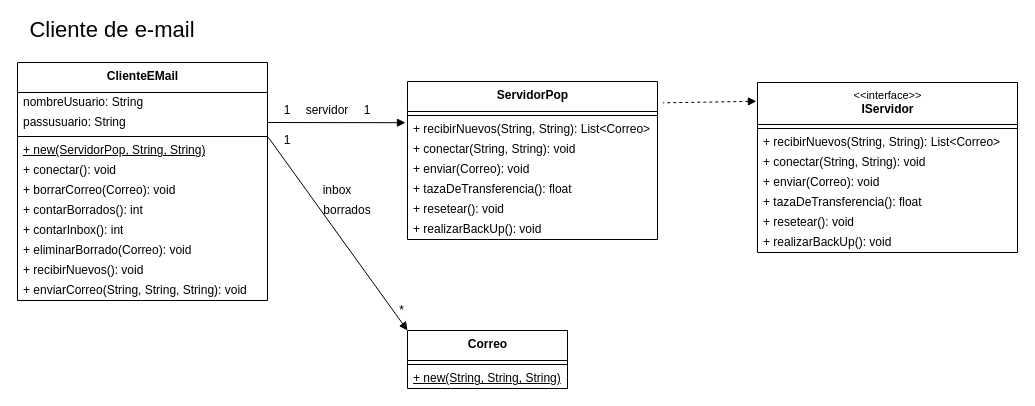
The draw.io diagram TP5.drawio in dkippes/Programacion-Orientada-Objetos-2, before the edit. Source tidied: cells renumbered, new cells numbered last; positions are measured from the earlier drawing's top-left corner, leaving out a move shared by most shapes. Both pictures are drawn from the tidied source at 100%, with x=0, y=0 at pixel (17, 20).
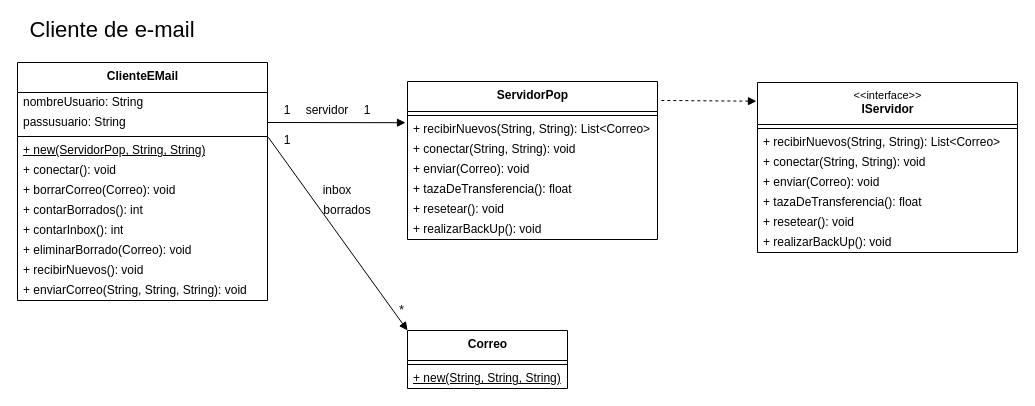
The same page after the edit.

Unchanged cells that the change refers to:
```xml
<mxCell id="13" value="&amp;lt;&amp;lt;interface&amp;gt;&amp;gt;&lt;br&gt;&lt;span style=&quot;font-size: 12px ; font-weight: 700&quot;&gt;IServidor&lt;/span&gt;" style="swimlane;fontStyle=0;align=center;verticalAlign=top;horizontal=1;startSize=42;html=1;labelBackgroundColor=none;labelBorderColor=none;fontSize=11;" parent="1" vertex="1">
  <mxGeometry x="740" y="62" width="260" height="170" as="geometry" />
</mxCell>
<mxCell id="24" value="&lt;span style=&quot;font-size: 12px ; font-weight: 700&quot;&gt;ServidorPop&lt;/span&gt;" style="swimlane;fontStyle=0;align=center;verticalAlign=top;horizontal=1;startSize=30;html=1;labelBackgroundColor=none;labelBorderColor=none;fontSize=11;" parent="1" vertex="1">
  <mxGeometry x="390" y="61" width="250" height="158" as="geometry" />
</mxCell>
```

The edit, as a diff of the source:
```diff
@@
-    <mxCell id="12" style="edgeStyle=none;jettySize=auto;html=1;exitX=-0.004;exitY=0.099;exitDx=0;exitDy=0;endArrow=none;endFill=0;rounded=0;exitPerimeter=0;startArrow=block;startFill=1;entryX=1.022;entryY=0.135;entryDx=0;entryDy=0;entryPerimeter=0;dashed=1;" parent="1" edge="1" target="24">
-      <mxGeometry relative="1" as="geometry">
-        <mxPoint x="738.9" y="80.8" as="sourcePoint" />
-      </mxGeometry>
+    <mxCell id="12" style="edgeStyle=none;jettySize=auto;html=1;exitX=-0.004;exitY=0.11;exitDx=0;exitDy=0;endArrow=none;endFill=0;rounded=0;exitPerimeter=0;startArrow=block;startFill=1;entryX=1.01;entryY=0.12;entryDx=0;entryDy=0;entryPerimeter=0;dashed=1;" parent="1" edge="1" source="13" target="24">
+      <mxGeometry relative="1" as="geometry" />
     </mxCell>
```
